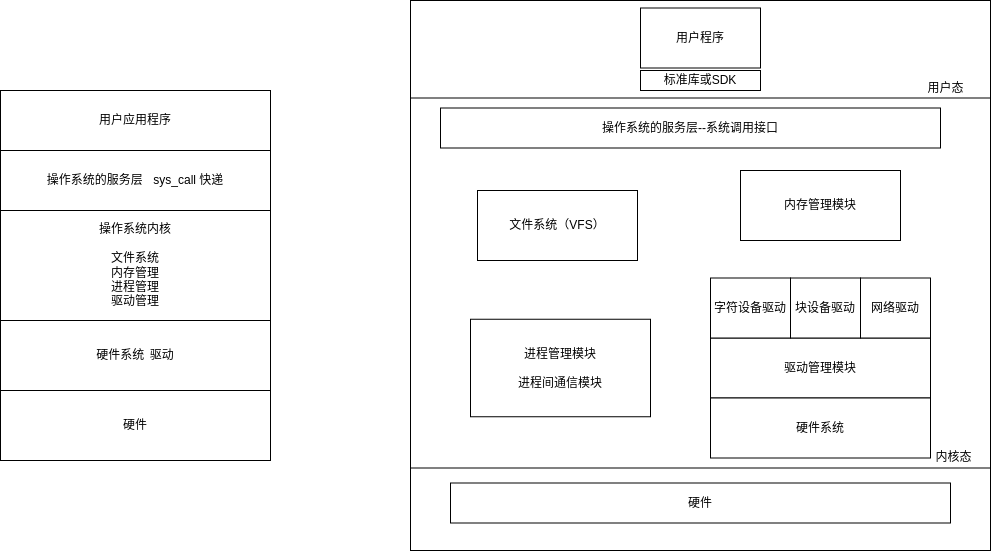
Before: _posts/linux内核.drawio.png, a diagram exported from draw.io (tsunami697/tsunami.github.io). Source tidied: cells renumbered, new cells last; positions are measured from the earlier drawing's top-left corner, leaving out a move shared by most shapes.
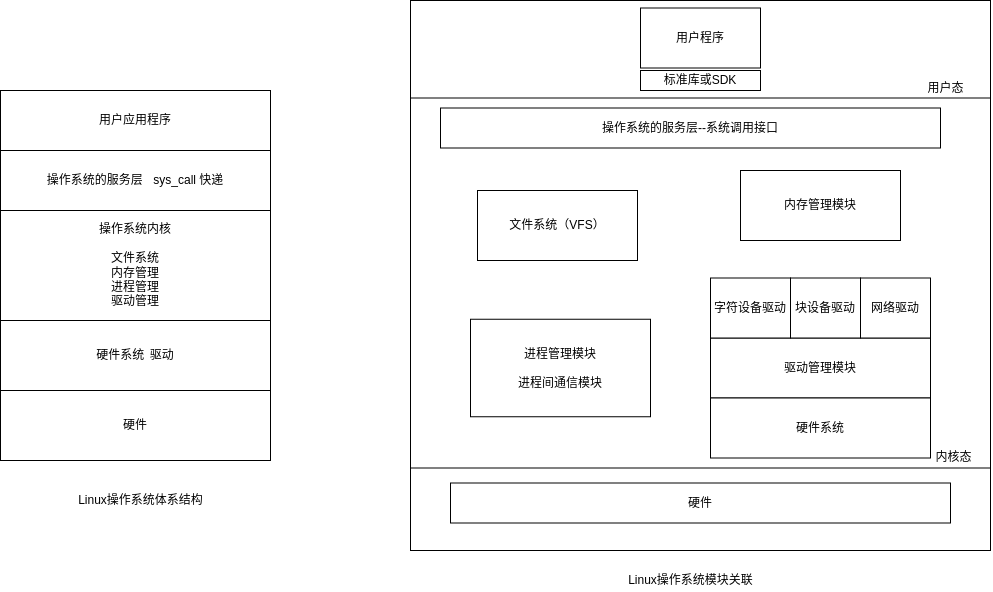
Later version of the same file.

Change to the diagram source:
```diff
@@ -74,5 +74,11 @@
     <mxCell id="23" value="内核态" style="text;html=1;align=center;verticalAlign=middle;strokeColor=none;fillColor=none;" parent="1" vertex="1">
       <mxGeometry x="928" y="446.5" width="50" height="20" as="geometry" />
     </mxCell>
+    <mxCell id="24" value="Linux操作系统体系结构" style="text;html=1;align=center;verticalAlign=middle;strokeColor=none;fillColor=none;" parent="1" vertex="1">
+      <mxGeometry x="70" y="490" width="140" height="20" as="geometry" />
+    </mxCell>
+    <mxCell id="25" value="Linux操作系统模块关联" style="text;html=1;align=center;verticalAlign=middle;strokeColor=none;fillColor=none;" parent="1" vertex="1">
+      <mxGeometry x="620" y="570" width="140" height="20" as="geometry" />
+    </mxCell>
   </root>
 </mxGraphModel>
```
